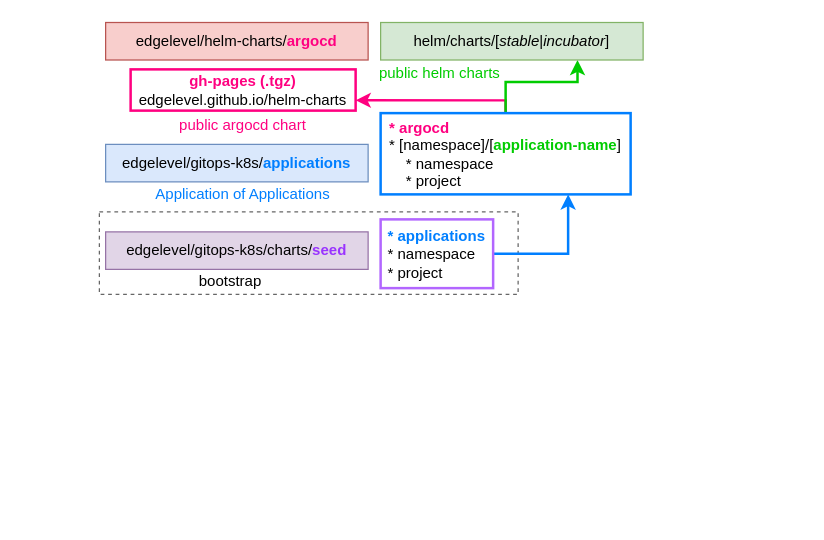
Before: page "charts" (3 of 3) of docs/img/gitops-k8s.drawio in edgelevel/gitops-k8s, a draw.io diagram. Source tidied: cells renumbered, new cells numbered last; positions are measured from the earlier drawing's top-left corner, leaving out a move shared by most shapes. Both pictures are drawn from the tidied source at 125%, with x=0, y=0 at pixel (99, 21).
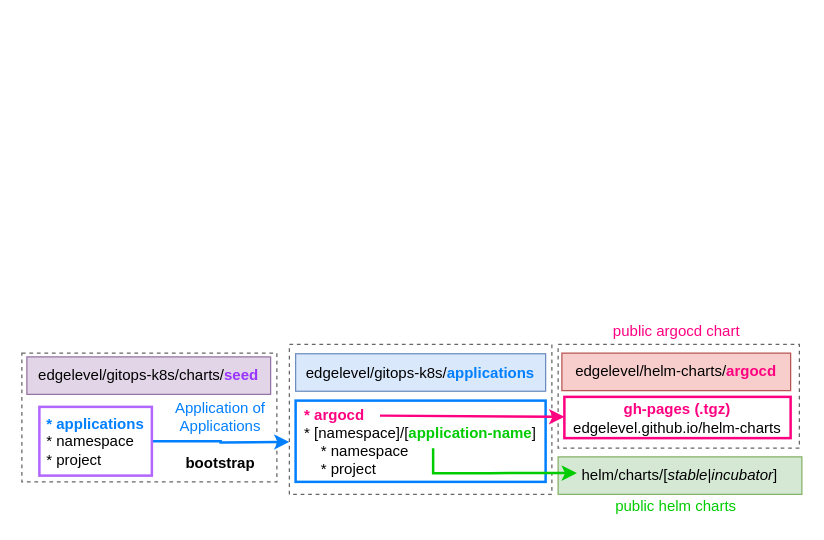
The same page after the edit.

Change to the diagram source:
```diff
@@
-    <mxCell id="2" style="rounded=0;whiteSpace=wrap;html=1;strokeColor=#666666;strokeWidth=1;fillColor=none;dashed=1;" parent="1" vertex="1">
-      <mxGeometry y="152" width="335" height="66" as="geometry" />
-    </mxCell>
+    <mxCell id="17" style="rounded=0;whiteSpace=wrap;html=1;dashed=1;strokeColor=#666666;strokeWidth=1;fillColor=none;" parent="1" vertex="1">
+      <mxGeometry x="367" y="258" width="193" height="83" as="geometry" />
+    </mxCell>
+    <mxCell id="18" style="rounded=0;whiteSpace=wrap;html=1;dashed=1;strokeColor=#666666;strokeWidth=1;fillColor=none;" parent="1" vertex="1">
+      <mxGeometry x="152" y="258" width="210" height="120" as="geometry" />
+    </mxCell>
+    <mxCell id="19" style="rounded=0;whiteSpace=wrap;html=1;strokeColor=#666666;strokeWidth=1;fillColor=none;dashed=1;" parent="1" vertex="1">
+      <mxGeometry x="-62" y="265" width="204" height="103" as="geometry" />
+    </mxCell>
     <mxCell id="3" value="edgelevel/helm-charts/&lt;font color=&quot;#ff0080&quot;&gt;&lt;b&gt;argocd&lt;/b&gt;&lt;/font&gt;" style="rounded=0;whiteSpace=wrap;html=1;fillColor=#f8cecc;strokeColor=#b85450;" parent="1" vertex="1">
-      <mxGeometry x="5" y="0.5" width="210" height="30" as="geometry" />
+      <mxGeometry x="370" y="265" width="183" height="30" as="geometry" />
     </mxCell>
     <mxCell id="4" value="edgelevel/gitops-k8s/&lt;font color=&quot;#007fff&quot;&gt;&lt;b&gt;applications&lt;/b&gt;&lt;/font&gt;" style="rounded=0;whiteSpace=wrap;html=1;fillColor=#dae8fc;strokeColor=#6c8ebf;" parent="1" vertex="1">
-      <mxGeometry x="5" y="98" width="210" height="30" as="geometry" />
+      <mxGeometry x="157" y="265.5" width="200" height="30" as="geometry" />
     </mxCell>
     <mxCell id="5" value="edgelevel/gitops-k8s/charts/&lt;b&gt;&lt;font color=&quot;#9933ff&quot;&gt;seed&lt;/font&gt;&lt;/b&gt;" style="rounded=0;whiteSpace=wrap;html=1;fillColor=#e1d5e7;strokeColor=#9673a6;" parent="1" vertex="1">
-      <mxGeometry x="5" y="168" width="210" height="30" as="geometry" />
+      <mxGeometry x="-58" y="268" width="195" height="30" as="geometry" />
     </mxCell>
-    <mxCell id="6" style="edgeStyle=orthogonalEdgeStyle;rounded=0;jumpSize=1;jettySize=auto;html=1;exitX=1;exitY=0.5;exitDx=0;exitDy=0;entryX=0.75;entryY=1;entryDx=0;entryDy=0;strokeColor=#007FFF;strokeWidth=2;" parent="1" edge="1" source="7" target="10">
-      <mxGeometry relative="1" as="geometry" />
-    </mxCell>
+    <mxCell id="20" style="edgeStyle=orthogonalEdgeStyle;rounded=0;jumpSize=1;jettySize=auto;html=1;exitX=1;exitY=0.5;exitDx=0;exitDy=0;strokeColor=#007FFF;strokeWidth=2;" parent="1" edge="1" source="7">
+      <mxGeometry relative="1" as="geometry">
+        <mxPoint x="152" y="336" as="targetPoint" />
+      </mxGeometry>
+    </mxCell>
     <mxCell id="7" value="&lt;div style=&quot;text-align: left&quot;&gt;&lt;b style=&quot;color: rgb(0 , 127 , 255)&quot;&gt;* applications&lt;/b&gt;&lt;br&gt;&lt;/div&gt;&lt;div style=&quot;text-align: left&quot;&gt;&lt;span&gt;* namespace&lt;/span&gt;&lt;/div&gt;&lt;div style=&quot;text-align: left&quot;&gt;&lt;span&gt;* project&lt;/span&gt;&lt;/div&gt;" style="text;html=1;strokeColor=#B266FF;fillColor=none;align=center;verticalAlign=middle;whiteSpace=wrap;rounded=0;strokeWidth=2;" parent="1" vertex="1">
-      <mxGeometry x="225" y="158" width="90" height="55" as="geometry" />
+      <mxGeometry x="-48" y="308" width="90" height="55" as="geometry" />
     </mxCell>
-    <mxCell id="8" style="edgeStyle=orthogonalEdgeStyle;rounded=0;jumpSize=1;jettySize=auto;html=1;exitX=0.5;exitY=0;exitDx=0;exitDy=0;entryX=1;entryY=0.75;entryDx=0;entryDy=0;strokeColor=#FF0080;strokeWidth=2;" parent="1" edge="1" source="10" target="12">
-      <mxGeometry relative="1" as="geometry">
-        <Array as="points">
-          <mxPoint x="325" y="63" />
-        </Array>
-      </mxGeometry>
-    </mxCell>
-    <mxCell id="9" style="edgeStyle=orthogonalEdgeStyle;rounded=0;jumpSize=1;jettySize=auto;html=1;exitX=0.5;exitY=0;exitDx=0;exitDy=0;entryX=0.75;entryY=1;entryDx=0;entryDy=0;strokeColor=#00CC00;strokeWidth=2;" parent="1" edge="1" source="10" target="11">
-      <mxGeometry relative="1" as="geometry">
-        <Array as="points">
-          <mxPoint x="325" y="48" />
-          <mxPoint x="383" y="48" />
-        </Array>
-      </mxGeometry>
-    </mxCell>
     <mxCell id="10" value="&lt;div style=&quot;text-align: left&quot;&gt;&lt;font color=&quot;#ff0080&quot;&gt;&lt;b&gt;&lt;span&gt;* argocd&lt;/span&gt;&lt;/b&gt;&lt;/font&gt;&lt;/div&gt;&lt;div style=&quot;text-align: left&quot;&gt;* [namespace]/[&lt;font color=&quot;#00cc00&quot;&gt;&lt;b&gt;application-name&lt;/b&gt;&lt;/font&gt;]&lt;/div&gt;&lt;div style=&quot;text-align: left&quot;&gt;&lt;span&gt;&amp;nbsp; &amp;nbsp; * namespace&lt;/span&gt;&lt;/div&gt;&lt;div style=&quot;text-align: left&quot;&gt;&lt;span&gt;&amp;nbsp; &amp;nbsp; * project&lt;/span&gt;&lt;/div&gt;" style="text;html=1;strokeColor=#007FFF;fillColor=none;align=center;verticalAlign=middle;whiteSpace=wrap;rounded=0;strokeWidth=2;" parent="1" vertex="1">
-      <mxGeometry x="225" y="73" width="200" height="65" as="geometry" />
+      <mxGeometry x="157" y="303" width="200" height="65" as="geometry" />
     </mxCell>
     <mxCell id="11" value="helm/charts/[&lt;i&gt;stable&lt;/i&gt;|&lt;i&gt;incubator&lt;/i&gt;]" style="rounded=0;whiteSpace=wrap;html=1;fillColor=#d5e8d4;strokeColor=#82b366;" parent="1" vertex="1">
-      <mxGeometry x="225" y="0.5" width="210" height="30" as="geometry" />
+      <mxGeometry x="367" y="348" width="195" height="30" as="geometry" />
     </mxCell>
     <mxCell id="12" value="&lt;span&gt;&lt;font color=&quot;#ff0080&quot;&gt;&lt;b&gt;gh-pages (.tgz)&lt;br&gt;&lt;/b&gt;&lt;/font&gt;edgelevel.github.io/helm-charts&lt;/span&gt;" style="rounded=0;whiteSpace=wrap;html=1;strokeColor=#FF0080;strokeWidth=2;" parent="1" vertex="1">
-      <mxGeometry x="25" y="38" width="180" height="33" as="geometry" />
+      <mxGeometry x="372" y="300" width="181" height="33" as="geometry" />
     </mxCell>
     <mxCell id="13" value="&lt;font color=&quot;#007fff&quot;&gt;Application of Applications&lt;/font&gt;" style="text;html=1;strokeColor=none;fillColor=none;align=center;verticalAlign=middle;whiteSpace=wrap;rounded=0;" parent="1" vertex="1">
-      <mxGeometry x="35" y="128" width="160" height="20" as="geometry" />
+      <mxGeometry x="42" y="301" width="110" height="30" as="geometry" />
     </mxCell>
     <mxCell id="14" value="&lt;font color=&quot;#00cc00&quot;&gt;public helm charts&lt;/font&gt;" style="text;html=1;strokeColor=none;fillColor=none;align=center;verticalAlign=middle;whiteSpace=wrap;rounded=0;" parent="1" vertex="1">
-      <mxGeometry x="220" y="30.5" width="105" height="20" as="geometry" />
+      <mxGeometry x="409" y="378" width="105" height="20" as="geometry" />
     </mxCell>
     <mxCell id="15" value="&lt;font color=&quot;#ff0080&quot;&gt;public argocd chart&lt;/font&gt;" style="text;html=1;strokeColor=none;fillColor=none;align=center;verticalAlign=middle;whiteSpace=wrap;rounded=0;" parent="1" vertex="1">
-      <mxGeometry x="55" y="73" width="120" height="20" as="geometry" />
+      <mxGeometry x="401.5" y="238" width="120" height="20" as="geometry" />
     </mxCell>
-    <mxCell id="16" value="bootstrap" style="text;html=1;strokeColor=none;fillColor=none;align=center;verticalAlign=middle;whiteSpace=wrap;rounded=0;dashed=1;" parent="1" vertex="1">
-      <mxGeometry x="65" y="198" width="80" height="20" as="geometry" />
+    <mxCell id="16" value="&lt;b&gt;bootstrap&lt;/b&gt;" style="text;html=1;strokeColor=none;fillColor=none;align=center;verticalAlign=middle;whiteSpace=wrap;rounded=0;dashed=1;" parent="1" vertex="1">
+      <mxGeometry x="57" y="343" width="80" height="20" as="geometry" />
     </mxCell>
+    <mxCell id="21" style="endArrow=classic;html=1;strokeColor=#FF0080;strokeWidth=2;" parent="1" edge="1" target="12">
+      <mxGeometry relative="1" as="geometry">
+        <mxPoint x="224.5" y="315" as="sourcePoint" />
+      </mxGeometry>
+    </mxCell>
+    <mxCell id="22" style="endArrow=classic;html=1;strokeColor=#00CC00;strokeWidth=2;rounded=0;entryX=0.077;entryY=0.433;entryDx=0;entryDy=0;entryPerimeter=0;jumpSize=2;" parent="1" edge="1" target="11">
+      <mxGeometry relative="1" as="geometry">
+        <mxPoint x="267" y="341" as="sourcePoint" />
+        <Array as="points">
+          <mxPoint x="267" y="361" />
+          <mxPoint x="312" y="361" />
+        </Array>
+      </mxGeometry>
+    </mxCell>
```
